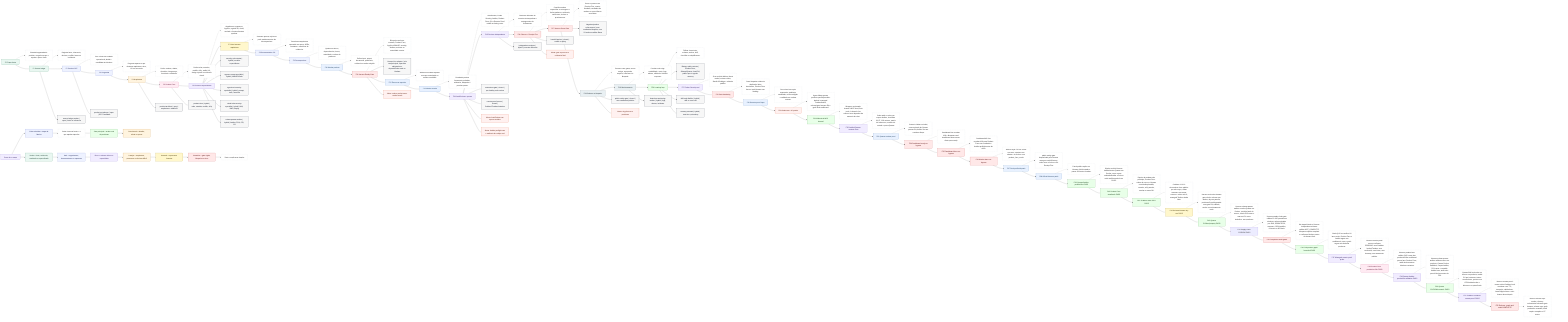
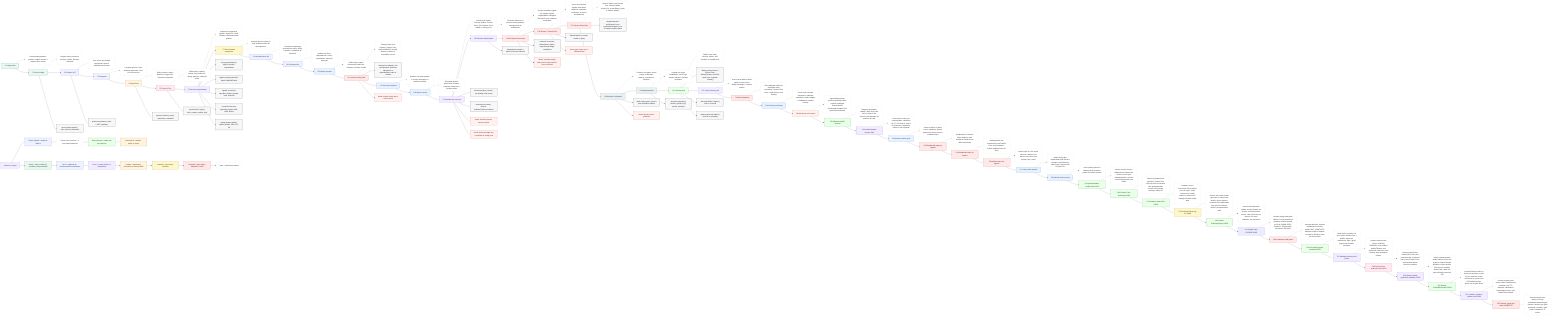
flowchart LR
  F0["F0 Paper bruto"]:::source
  F0D["Entrada baguncada do produto; congela escopo e separa o que e fonte."]:::desc
  F0 -.-> F0D
  F0 --> F1

  F1["F1 Source ledger"]:::source
  F1D["Registra fonte, inferencia, decisao, conflito, lacuna e confianca."]:::desc
  F1 -.-> F1D
  F1 --> F2

  F2["F2 Product SOT"]:::planning
  F2D["Cria a fonte da verdade operacional; ainda e candidata ate decisao."]:::desc
  F2 -.-> F2D
  F2 --> F3

  F3["F3 Perguntas"]:::planning
  F3D["Pergunta apenas o que destrava arquitetura, risco, UX ou execucao."]:::desc
  F3 -.-> F3D
  F3 --> F4

  F4["F4 Arquitetura"]:::architecture
  F4D["Define runtime, dados, dominios, integracoes, fronteiras e tradeoffs."]:::desc
  F4 -.-> F4D
  F4 --> F5

  F5["F5 Product Face"]:::face
  F5D["Define telas, estados, mobile, a11y, wallet UX, design system e evidencia visual."]:::desc
  F5 -.-> F5D
  F5 --> F6

  F6["F6 Revisoes especialistas"]:::review
  F6D["Arquitetura, seguranca, AppSec, agentic AI, cloud, onchain e frontend tentam quebrar."]:::desc
  F6 -.-> F6D
  F6 --> F7

  F7["F7 Gate humano arquitetura"]:::human
  F7D["Humano aprova, rejeita ou pede mudanca antes da decomposicao."]:::desc
  F7 -.-> F7D
  F7 --> F8

  F8["F8 Documentation OS"]:::planning
  F8D["Transforma arquitetura aprovada em specs, ADRs, contratos e caminhos de evidencia."]:::desc
  F8 -.-> F8D
  F8 --> F9

  F9["F9 Decomposicao"]:::planning
  F9D["Quebra em slices, dependencias, riscos, autoridade e ordem de producao."]:::desc
  F9 -.-> F9D
  F9 --> F10

  F10["F10 Worker packets"]:::execution
  F10D["Define input, output, ferramenta, proibicoes, evidencia e worker exigido."]:::desc
  F10 -.-> F10D
  F10 --> F11

  F11["F11 Hermes Ready Gate"]:::gate
  F11D["Bloqueia card sem contrato, Product Face, AppSec/OWASP, security, Auditor, reviewer ou autoridade correta."]:::desc
  F11 -.-> F11D
  F11 --> H1["Hermes live adapter | cria card principal, operarios obrigatorios e dependencias reais no Kanban"]:::worker
  F11 --> F12

  F12["F12 Execucao agentica"]:::execution
  F12D["Workers executam apenas o escopo autorizado no runtime escolhido."]:::desc
  F12 -.-> F12D
  F12 --> F13

  F13["F13 Worker results"]:::execution
  F13D["Resultado precisa ferramenta, achados, evidencia, bloqueios e proximo passo."]:::desc
  F13 -.-> F13D
  F13 --> F14

  F14["F14 AutoReview e provas"]:::review
  F14D["AutoReview, Codex Security, Auditor, Product Face, QA e Remote Proof rodam no timing certo."]:::desc
  F14 -.-> F14D
  F14 --> F15

  F15["F15 Revisao independente"]:::review
  F15D["Reviewer diferente do executor tenta quebrar a entrega antes do fechamento."]:::desc
  F15 -.-> F15D
-   F15 --> F16
+   F15 --> F16R
+ 
+   F16R["F16R Evidence Reconciler"]:::gate
+   F16RD["Escolhe resultado vigente por campo, registra supersedidos e bloqueia Receipt Five se evidencia atual falha."]:::desc
+   F16R -.-> F16RD
+   F16R --> F16

  F16["F16 Closure + Receipt Five"]:::gate
-   F16D["Concilia workers requeridos vs entregues e fecha mudanca, evidencia, verificacao, revisao e proxima acao."]:::desc
+   F16D["Usa a reconciliacao vigente para fechar mudanca, evidencia, verificacao, revisao e proxima acao."]:::desc
  F16 -.-> F16D
  F16 --> F17

  F17["F17 Hermes Done Gate"]:::gate
-   F17D["Done so passa com Receipt Five, evento Kanban, resultados de workers e reconciliacao sem faltas."]:::desc
+   F17D["Done so passa com Receipt Five, evento Kanban, receipt_five_reconciliation_result e workers validos."]:::desc
  F17 -.-> F17D
  F17 --> H2["Negative/positive enforcement | sem resultados bloqueia; com 12 workers validos libera"]:::worker
  F17 --> F18

  F18["F18 Release ou bloqueio"]:::release
  F18D["Promove com gates; senao corrige, supersede, arquiva, volta fase ou bloqueia."]:::desc
  F18 -.-> F18D
  F18 --> F19

  F19["F19 Monitoramento"]:::release
  F19D["Produto real exige estabilidade, custo, logs, alertas, rollback e incident response."]:::desc
  F19 -.-> F19D
  F19 --> F20

  F20["F20 Learning loop"]:::learning
  F20D["Falhas viram teste, schema, worker, skill, checklist ou simplificacao."]:::desc
  F20 -.-> F20D
  F20 --> H3["Battery multi-contexto | Product Face, Solana/Quasar, cloud R4, public repo e agentic memory"]:::worker
  F20 --> F27

  F27["F27 Codex Security real"]:::review
  F27D["Scan real da fabrica: threat model, revisao critica, Bandit 0 findings e relatorio publico."]:::desc
  F27 -.-> F27D
  F27 --> F28

  F28["F28 Gate hardening"]:::gate
  F28D["Done bloqueia evidencia duplicada, inline inexistente, Product Face fraco e task Hermes sem binding."]:::desc
  F28 -.-> F28D
  F28 --> F29

  F29["F29 Remote proof limpo"]:::execution
  F29D["Prova local em copia temporaria, ambiente sanitizado, recibo redigido e validado em runtime externo."]:::desc
  F29 -.-> F29D
  F29 --> F30

  F30["F30 Ainda nao e 10 pratico"]:::alert
  F30D["Agora faltam provas product-specific/provider-backed: managed Testbox/broker, release/gate humano R4 e grafo final reutilizavel."]:::desc
  F30 -.-> F30D
  F30 --> F31

  F31["F31 Whimsical MCP duravel"]:::learning
  F31D["Wrapper versionado chama o MCP local, lista tools, le board e faz edicoes sem depender da memoria do chat."]:::desc
  F31 -.-> F31D
  F31 --> F32

  F32["F32 Auditor/Quasar contrato forte"]:::review
  F32D["Code audit so vale com corpus Auditor, checklists 01-07, 100 vetores, matriz de instrucoes, modelo de estado e prova Quasar."]:::desc
  F32 -.-> F32D
  F32 --> F33

  F33["F33 Quasar runtime proof"]:::execution
  F33D["Crates.io falhou no build; source pinado do Quasar passou init, build e test em container limpo."]:::desc
  F33 -.-> F33D
  F33 --> F34

  F34["F34 Dashboard ready no-bypass"]:::gate
  F34D["Dashboard live recebeu 409 e bloqueou card invalida ao tentar mover direto para ready."]:::desc
  F34 -.-> F34D
  F34 --> F35

  F35["F35 Dashboard done no-bypass"]:::gate
  F35D["Dashboard/API live recebeu 409 para Product Face sem resultado e Auditor preflight antes de done."]:::desc
  F35 -.-> F35D
  F35 --> F36

  F36["F36 Worker done no-bypass"]:::gate
  F36D["Worker-style CLI live voltou nao-zero, manteve run aberta e so fechou com product_face_result."]:::desc
  F36 -.-> F36D
  F36 --> F37

  F37["F37 Real profile dispatch"]:::execution
  F37D["public-safety-gate despachado pelo Hermes carregou overkill-factory, rodou scan e fechou com Receipt Five."]:::desc
  F37 -.-> F37D
  F37 --> F38

  F38["F38 Official Hermes patch"]:::execution
  F38D["Patch publico aplica no Hermes oficial testado e passa 119 testes focados."]:::desc
  F38 -.-> F38D
  F38 --> F39

  F39["F39 Quasar/Auditor product-like PASS"]:::learning
  F39D["Worker real do Hermes buildou/testou Quasar em Docker, usou corpus solanabr/Auditor e fechou code-audit bounded com PASS."]:::desc
  F39 -.-> F39D
  F39 --> F40

  F40["F40 Product Face atualizado PASS"]:::learning
  F40D["Depois da mudanca do prototipo, Product Face rodou de novo no Hermes com desktop/mobile, console, a11y smoke, overlap e scans OK."]:::desc
  F40 -.-> F40D
  F40 --> F41

  F41["F41 Crabbox static-SSH PASS"]:::learning
  F41D["Crabbox v0.26.0 sincronizou clone publico por ssh+rsync, rodou scanners em runner externo e voltou exit 0; managed Testbox ainda falta."]:::desc
  F41 -.-> F41D
  F41 --> F42

  F42["F42 Release/Human dry-run PASS"]:::human
  F42D["Hermes real rodou human-gate-clerk e release-ops-worker; dry-run passou, producao ficou bloqueada sem gate R4, rollback, smoke e monitoramento reais."]:::desc
  F42 -.-> F42D
  F42 --> F43

  F43["F43 Quasar CU/fuzz/property PASS"]:::learning
  F43D["Hermes solana-quasar-auditor rerodou Quasar em Docker, conferiu hash do source, cobriu 513 casos e marcou CU como simbolico, nao producao."]:::desc
  F43 -.-> F43D
  F43 --> F44

  F44["F44 Supply-chain CI/SBOM PASS"]:::security
  F44D["Hermes supply-chain-gate validou CI com permissoes minimas, actions pinadas por SHA, SBOM SPDX, scanners, JSON publico, 64 testes e diff check."]:::desc
  F44 -.-> F44D
  F44 --> F45

  F45["F45 Completion audit guard"]:::gate
  F45D["Na etapa historica, Hermes independent-reviewer validou NOT_COMPLETE, bloqueou require-complete e confirmou blockers antes da closure final."]:::desc
  F45 -.-> F45D
  F45 --> F46

  F46["F46 Full product graph bounded PASS"]:::learning
  F46D["Grafo QVG reconciliou 10 lanes reais; Product Face e Auditor agora sao reutilizaveis, mas o grafo segue sem declarar producao."]:::desc
  F46 -.-> F46D
  F46 --> F47

  F47["F47 Managed remote proof probe"]:::review
  F47D["Hermes remote-proof-runner confirmou PENDING: sem Crabbox broker/Testbox, sem credencial, sem lease, sem cleanup; sem vazamento publico."]:::desc
  F47 -.-> F47D
  F47 --> F48

  F48["F48 Product Face production-like PASS"]:::face
  F48D["Hermes product-face validou QVG como alvo production-like reutilizavel para a lane Product Face; audit ainda manteve blockers restantes."]:::desc
  F48 -.-> F48D
  F48 --> F49

  F49["F49 Quasar Auditor production-validation PASS"]:::review
  F49D["Hermes solana-quasar-auditor validou source em products, Quasar Docker build/test, corpus Auditor, 513 casos e reusable Auditor lane; audit caiu para 4 blockers antes do F50."]:::desc
  F49 -.-> F49D
  F49 --> F50

  F50["F50 Quasar CU/SVM/economic PASS"]:::learning
  F50D["QuasarSVM real rodou no source em products, mediu CU por instrucao, testou sucesso/erro, provou sem CPI/fundos/escrita e deixou so os gates finais."]:::desc
  F50 -.-> F50D
  F50 --> F51

  F51["F51 Crabbox container remote proof PASS"]:::review
  F51D["Hermes remote-proof-runner rodou Crabbox local-container com TTL, transcript, validadores, leaseStopped true e zero leases ativos depois."]:::desc
  F51 -.-> F51D
  F51 --> F52

  F52["F52 Release, graph and audit COMPLETE"]:::gate
  F52D["Hermes release-ops-worker e factory-orchestrator fecharam gate humano, release ops, grafo production reusable, audit require-complete e 97 testes."]:::desc
  F52 -.-> F52D

  F1 --> W1["source-ledger-worker | open | fonte vs inferencia"]:::worker
  F2 --> W2["product-sot-planner | open | SOT candidata"]:::worker
  F4 --> W3["product-architect | open | arquitetura e tradeoffs"]:::worker
  F5 --> W4["product-face | hybrid | telas, estados, mobile, a11y"]:::worker
  F6 --> W5["security-orchestrator | hybrid | escolhe especialistas"]:::worker
  F6 --> W6["appsec-owasp-specialist | hybrid | Web/API/Auth"]:::worker
  F6 --> W7["agentic-ai-security-specialist | hybrid | prompt, tools, memoria"]:::worker
  F6 --> W8["cloud-infra-security-specialist | hybrid | IAM, KMS, deploy"]:::worker
  F6 --> W9["solana-quasar-auditor | hybrid | Auditor, PDA, CPI, CU"]:::worker
  F14 --> W10["autoreview-gate | closed | pre-landing code review"]:::worker
  F14 --> W11["remote-proof-runner | closed | Crabbox/Testbox/container"]:::worker
  F15 --> W12["independent-reviewer | hybrid | executor diferente"]:::worker
+   F16R --> W13R["evidence-reconciler | deterministic | indice, supersession ledger, ready/block"]:::worker
  F16 --> W13["handoff-packer | closed | estado e replay"]:::worker
  F18 --> W14["public-safety-gate | closed | sem vazamento publico"]:::worker
  F19 --> W15["detection-monitoring-worker | hybrid | logs, alertas, incidente"]:::worker
  F20 --> W16["skill-eval-distiller | hybrid | skill so com eval"]:::worker
  F20 --> W17["memory-steward | hybrid | trust tier e poisoning"]:::worker

  F11 --> A1["Alerta: worker packet nao e worker result"]:::alert
  F16 --> A2["Alerta: gate report nao e evidencia final"]:::alert
+   F16R --> A2R["Alerta: resultado antigo falho precisa supersession, rerun ou waiver"]:::alert
  F14 --> A3["Alerta: AutoReview nao aprova sozinho"]:::alert
  F14 --> A4["Alerta: Auditor preflight nao e auditoria de codigo real"]:::alert
  F18 --> A5["Alerta: dry pilot nao e producao"]:::alert

  LEGEND0["Como ler o mapa"]:::review
  LEGEND1["Caixa colorida = etapa da fabrica"]:::planning
  LEGEND2["Caixa cinza na frente = o que aquela etapa faz"]:::desc
  LEGEND3["Seta principal = ordem real de producao"]:::learning
  LEGEND4["Seta lateral = detalhe, alerta ou prova"]:::architecture
  LEGEND5["Verde = fonte, evidencia, resultado ou aprendizado"]:::source
  LEGEND6["Azul = organizacao, documentacao ou operacao"]:::planning
  LEGEND7["Roxo = revisao critica ou especialista"]:::review
  LEGEND8["Laranja = arquitetura, promocao ou decisao dificil"]:::architecture
  LEGEND9["Amarelo = aprovacao humana"]:::human
  LEGEND10["Vermelho = gate rigido, bloqueio ou risco"]:::gate
  LEGEND11["Prata = explicacao simples"]:::desc

  LEGEND0 --> LEGEND1 --> LEGEND2 --> LEGEND3 --> LEGEND4
  LEGEND0 --> LEGEND5 --> LEGEND6 --> LEGEND7 --> LEGEND8 --> LEGEND9 --> LEGEND10 --> LEGEND11

  classDef source fill:#e9f7f1,stroke:#217a54,color:#12372a;
  classDef planning fill:#eef2ff,stroke:#4f63c6,color:#1c2455;
  classDef architecture fill:#fff4df,stroke:#b36b00,color:#4a2d00;
  classDef face fill:#ffeaf2,stroke:#c23b72,color:#5f1735;
  classDef review fill:#f1ecff,stroke:#7656c9,color:#33215f;
  classDef human fill:#fff7cc,stroke:#9b7a00,color:#3d3000;
  classDef execution fill:#e8f1ff,stroke:#2e6db5,color:#173858;
  classDef gate fill:#ffe8e8,stroke:#bf3434,color:#5a1111;
  classDef release fill:#e9f0f3,stroke:#51626b,color:#202b30;
  classDef learning fill:#e8ffe8,stroke:#3b8b3b,color:#173d17;
  classDef desc fill:#ffffff,stroke:#aab3bd,color:#222222,stroke-dasharray: 3 3;
  classDef worker fill:#f7f7f7,stroke:#111827,color:#111827;
  classDef alert fill:#fff1f0,stroke:#d4380d,color:#5c1a08;
